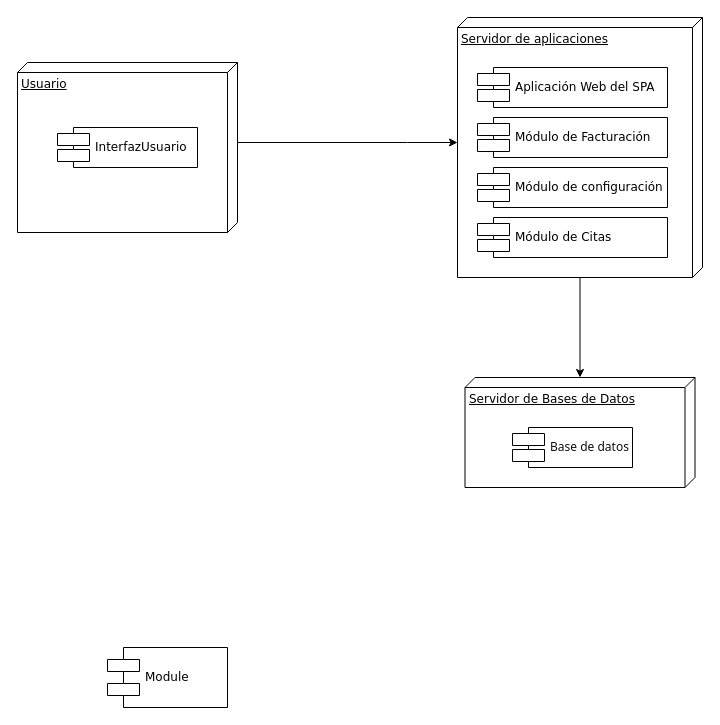
Earlier version of the draw.io diagram Untitled Diagram.drawio (Jeisyp1/Ingenieria-de-software). Source tidied: cells renumbered, new cells numbered last; positions are measured from the earlier drawing's top-left corner, leaving out a move shared by most shapes. Both pictures are drawn from the tidied source at 100%, with x=0, y=0 at pixel (17, 17).
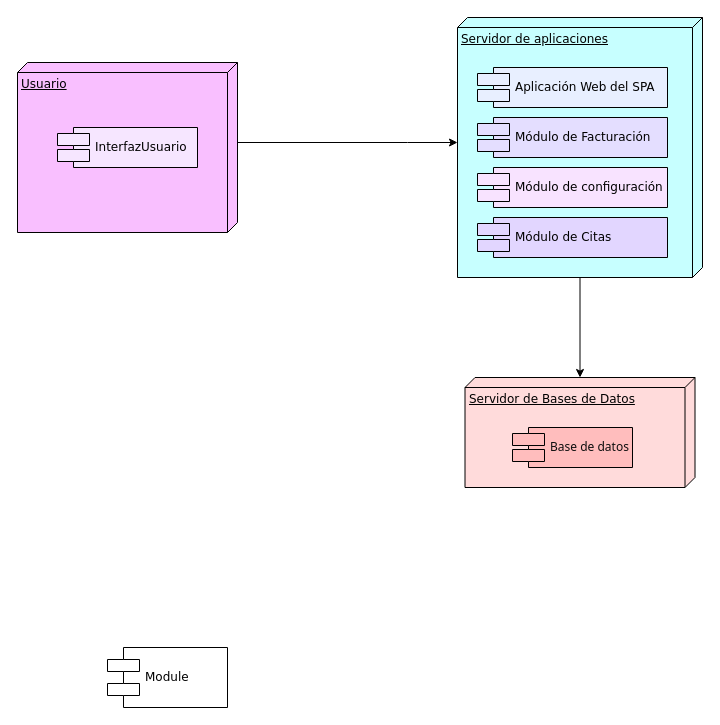
Above is the later version.

Diff of the diagram source:
```diff
@@
 <mxGraphModel>
   <root>
     <mxCell id="0" />
     <mxCell id="1" parent="0" />
-    <mxCell id="2" value="Usuario" style="verticalAlign=top;align=left;spacingTop=8;spacingLeft=2;spacingRight=12;shape=cube;size=10;direction=south;fontStyle=4;html=1;rounded=0;shadow=0;comic=0;labelBackgroundColor=none;strokeWidth=1;fontFamily=Verdana;fontSize=12;" parent="1" vertex="1">
+    <mxCell id="2" value="Usuario" style="verticalAlign=top;align=left;spacingTop=8;spacingLeft=2;spacingRight=12;shape=cube;size=10;direction=south;fontStyle=4;html=1;rounded=0;shadow=0;comic=0;labelBackgroundColor=none;strokeWidth=1;fontFamily=Verdana;fontSize=12;fillColor=#F9BFFF;" parent="1" vertex="1">
       <mxGeometry y="45" width="220" height="170" as="geometry" />
     </mxCell>
     <mxCell id="3" style="edgeStyle=orthogonalEdgeStyle;rounded=0;jettySize=auto;html=1;" parent="1" edge="1" source="4" target="5">
       <mxGeometry relative="1" as="geometry" />
     </mxCell>
-    <mxCell id="4" value="Servidor de aplicaciones" style="verticalAlign=top;align=left;spacingTop=8;spacingLeft=2;spacingRight=12;shape=cube;size=10;direction=south;fontStyle=4;html=1;rounded=0;shadow=0;comic=0;labelBackgroundColor=none;strokeWidth=1;fontFamily=Verdana;fontSize=12;" parent="1" vertex="1">
+    <mxCell id="4" value="Servidor de aplicaciones" style="verticalAlign=top;align=left;spacingTop=8;spacingLeft=2;spacingRight=12;shape=cube;size=10;direction=south;fontStyle=4;html=1;rounded=0;shadow=0;comic=0;labelBackgroundColor=none;strokeWidth=1;fontFamily=Verdana;fontSize=12;fillColor=#C7FFFF;" parent="1" vertex="1">
       <mxGeometry x="440" width="245" height="260" as="geometry" />
     </mxCell>
-    <mxCell id="5" value="Servidor de Bases de Datos" style="verticalAlign=top;align=left;spacingTop=8;spacingLeft=2;spacingRight=12;shape=cube;size=10;direction=south;fontStyle=4;html=1;rounded=0;shadow=0;comic=0;labelBackgroundColor=none;strokeWidth=1;fontFamily=Verdana;fontSize=12;" parent="1" vertex="1">
+    <mxCell id="5" value="Servidor de Bases de Datos" style="verticalAlign=top;align=left;spacingTop=8;spacingLeft=2;spacingRight=12;shape=cube;size=10;direction=south;fontStyle=4;html=1;rounded=0;shadow=0;comic=0;labelBackgroundColor=none;strokeWidth=1;fontFamily=Verdana;fontSize=12;fillColor=#FFDBDB;" parent="1" vertex="1">
       <mxGeometry x="447.5" y="360" width="230" height="110" as="geometry" />
     </mxCell>
-    <mxCell id="6" value="InterfazUsuario" style="shape=component;align=left;spacingLeft=36;rounded=0;shadow=0;comic=0;labelBackgroundColor=none;strokeWidth=1;fontFamily=Verdana;fontSize=12;html=1;" parent="1" vertex="1">
+    <mxCell id="6" value="InterfazUsuario" style="shape=component;align=left;spacingLeft=36;rounded=0;shadow=0;comic=0;labelBackgroundColor=none;strokeWidth=1;fontFamily=Verdana;fontSize=12;html=1;fillColor=#F6E6FF;" parent="1" vertex="1">
       <mxGeometry x="40" y="110" width="140" height="40" as="geometry" />
     </mxCell>
     <mxCell id="7" value="Module" style="shape=component;align=left;spacingLeft=36;rounded=0;shadow=0;comic=0;labelBackgroundColor=none;strokeWidth=1;fontFamily=Verdana;fontSize=12;html=1;" parent="1" vertex="1">
       <mxGeometry x="90" y="630" width="120" height="60" as="geometry" />
     </mxCell>
-    <mxCell id="8" value="Módulo de Citas&amp;nbsp;" style="shape=component;align=left;spacingLeft=36;rounded=0;shadow=0;comic=0;labelBackgroundColor=none;strokeWidth=1;fontFamily=Verdana;fontSize=12;html=1;" parent="1" vertex="1">
+    <mxCell id="8" value="Módulo de Citas&amp;nbsp;" style="shape=component;align=left;spacingLeft=36;rounded=0;shadow=0;comic=0;labelBackgroundColor=none;strokeWidth=1;fontFamily=Verdana;fontSize=12;html=1;fillColor=#E2D6FF;" parent="1" vertex="1">
       <mxGeometry x="460" y="200" width="190" height="40" as="geometry" />
     </mxCell>
     <mxCell id="9" style="edgeStyle=orthogonalEdgeStyle;rounded=0;jettySize=auto;html=1;exitX=0;exitY=0;exitDx=80;exitDy=0;exitPerimeter=0;" parent="1" edge="1" source="2" target="4">
       <mxGeometry relative="1" as="geometry">
         <Array as="points">
           <mxPoint x="390" y="125" />
           <mxPoint x="390" y="125" />
         </Array>
       </mxGeometry>
     </mxCell>
-    <mxCell id="10" value="Aplicación Web del SPA" style="shape=component;align=left;spacingLeft=36;rounded=0;shadow=0;comic=0;labelBackgroundColor=none;strokeWidth=1;fontFamily=Verdana;fontSize=12;html=1;" parent="1" vertex="1">
+    <mxCell id="10" value="Aplicación Web del SPA" style="shape=component;align=left;spacingLeft=36;rounded=0;shadow=0;comic=0;labelBackgroundColor=none;strokeWidth=1;fontFamily=Verdana;fontSize=12;html=1;fillColor=#E8EFFF;" parent="1" vertex="1">
       <mxGeometry x="460" y="50" width="190" height="40" as="geometry" />
     </mxCell>
-    <mxCell id="11" value="&lt;p style=&quot;border: 0px solid rgb(217, 217, 227); box-sizing: border-box; --tw-border-spacing-x: 0; --tw-border-spacing-y: 0; --tw-translate-x: 0; --tw-translate-y: 0; --tw-rotate: 0; --tw-skew-x: 0; --tw-skew-y: 0; --tw-scale-x: 1; --tw-scale-y: 1; --tw-pan-x: ; --tw-pan-y: ; --tw-pinch-zoom: ; --tw-scroll-snap-strictness: proximity; --tw-gradient-from-position: ; --tw-gradient-via-position: ; --tw-gradient-to-position: ; --tw-ordinal: ; --tw-slashed-zero: ; --tw-numeric-figure: ; --tw-numeric-spacing: ; --tw-numeric-fraction: ; --tw-ring-inset: ; --tw-ring-offset-width: 0px; --tw-ring-offset-color: #fff; --tw-ring-color: rgba(69,89,164,.5); --tw-ring-offset-shadow: 0 0 transparent; --tw-ring-shadow: 0 0 transparent; --tw-shadow: 0 0 transparent; --tw-shadow-colored: 0 0 transparent; --tw-blur: ; --tw-brightness: ; --tw-contrast: ; --tw-grayscale: ; --tw-hue-rotate: ; --tw-invert: ; --tw-saturate: ; --tw-sepia: ; --tw-drop-shadow: ; --tw-backdrop-blur: ; --tw-backdrop-brightness: ; --tw-backdrop-contrast: ; --tw-backdrop-grayscale: ; --tw-backdrop-hue-rotate: ; --tw-backdrop-invert: ; --tw-backdrop-opacity: ; --tw-backdrop-saturate: ; --tw-backdrop-sepia: ; margin: 0px; color: rgb(15, 15, 15); font-family: Söhne, ui-sans-serif, system-ui, -apple-system, &amp;quot;Segoe UI&amp;quot;, Roboto, Ubuntu, Cantarell, &amp;quot;Noto Sans&amp;quot;, sans-serif, &amp;quot;Helvetica Neue&amp;quot;, Arial, &amp;quot;Apple Color Emoji&amp;quot;, &amp;quot;Segoe UI Emoji&amp;quot;, &amp;quot;Segoe UI Symbol&amp;quot;, &amp;quot;Noto Color Emoji&amp;quot;;&quot;&gt;&lt;font style=&quot;vertical-align: inherit; font-size: 12px;&quot;&gt;Base de datos&lt;/font&gt;&lt;/p&gt;&lt;ul style=&quot;border: 0px solid rgb(217, 217, 227); box-sizing: border-box; --tw-border-spacing-x: 0; --tw-border-spacing-y: 0; --tw-translate-x: 0; --tw-translate-y: 0; --tw-rotate: 0; --tw-skew-x: 0; --tw-skew-y: 0; --tw-scale-x: 1; --tw-scale-y: 1; --tw-pan-x: ; --tw-pan-y: ; --tw-pinch-zoom: ; --tw-scroll-snap-strictness: proximity; --tw-gradient-from-position: ; --tw-gradient-via-position: ; --tw-gradient-to-position: ; --tw-ordinal: ; --tw-slashed-zero: ; --tw-numeric-figure: ; --tw-numeric-spacing: ; --tw-numeric-fraction: ; --tw-ring-inset: ; --tw-ring-offset-width: 0px; --tw-ring-offset-color: #fff; --tw-ring-color: rgba(69,89,164,.5); --tw-ring-offset-shadow: 0 0 transparent; --tw-ring-shadow: 0 0 transparent; --tw-shadow: 0 0 transparent; --tw-shadow-colored: 0 0 transparent; --tw-blur: ; --tw-brightness: ; --tw-contrast: ; --tw-grayscale: ; --tw-hue-rotate: ; --tw-invert: ; --tw-saturate: ; --tw-sepia: ; --tw-drop-shadow: ; --tw-backdrop-blur: ; --tw-backdrop-brightness: ; --tw-backdrop-contrast: ; --tw-backdrop-grayscale: ; --tw-backdrop-hue-rotate: ; --tw-backdrop-invert: ; --tw-backdrop-opacity: ; --tw-backdrop-saturate: ; --tw-backdrop-sepia: ; list-style-position: initial; list-style-image: initial; margin: 0px 0px 0px 1rem; padding: 0px; display: flex; flex-direction: column; color: rgb(15, 15, 15); font-family: Söhne, ui-sans-serif, system-ui, -apple-system, &amp;quot;Segoe UI&amp;quot;, Roboto, Ubuntu, Cantarell, &amp;quot;Noto Sans&amp;quot;, sans-serif, &amp;quot;Helvetica Neue&amp;quot;, Arial, &amp;quot;Apple Color Emoji&amp;quot;, &amp;quot;Segoe UI Emoji&amp;quot;, &amp;quot;Segoe UI Symbol&amp;quot;, &amp;quot;Noto Color Emoji&amp;quot;; font-size: 16px;&quot;&gt;&lt;/ul&gt;" style="shape=component;align=left;spacingLeft=36;rounded=0;shadow=0;comic=0;labelBackgroundColor=none;strokeWidth=1;fontFamily=Verdana;fontSize=12;html=1;" parent="1" vertex="1">
+    <mxCell id="11" value="&lt;p style=&quot;border: 0px solid rgb(217, 217, 227); box-sizing: border-box; --tw-border-spacing-x: 0; --tw-border-spacing-y: 0; --tw-translate-x: 0; --tw-translate-y: 0; --tw-rotate: 0; --tw-skew-x: 0; --tw-skew-y: 0; --tw-scale-x: 1; --tw-scale-y: 1; --tw-pan-x: ; --tw-pan-y: ; --tw-pinch-zoom: ; --tw-scroll-snap-strictness: proximity; --tw-gradient-from-position: ; --tw-gradient-via-position: ; --tw-gradient-to-position: ; --tw-ordinal: ; --tw-slashed-zero: ; --tw-numeric-figure: ; --tw-numeric-spacing: ; --tw-numeric-fraction: ; --tw-ring-inset: ; --tw-ring-offset-width: 0px; --tw-ring-offset-color: #fff; --tw-ring-color: rgba(69,89,164,.5); --tw-ring-offset-shadow: 0 0 transparent; --tw-ring-shadow: 0 0 transparent; --tw-shadow: 0 0 transparent; --tw-shadow-colored: 0 0 transparent; --tw-blur: ; --tw-brightness: ; --tw-contrast: ; --tw-grayscale: ; --tw-hue-rotate: ; --tw-invert: ; --tw-saturate: ; --tw-sepia: ; --tw-drop-shadow: ; --tw-backdrop-blur: ; --tw-backdrop-brightness: ; --tw-backdrop-contrast: ; --tw-backdrop-grayscale: ; --tw-backdrop-hue-rotate: ; --tw-backdrop-invert: ; --tw-backdrop-opacity: ; --tw-backdrop-saturate: ; --tw-backdrop-sepia: ; margin: 0px; color: rgb(15, 15, 15); font-family: Söhne, ui-sans-serif, system-ui, -apple-system, &amp;quot;Segoe UI&amp;quot;, Roboto, Ubuntu, Cantarell, &amp;quot;Noto Sans&amp;quot;, sans-serif, &amp;quot;Helvetica Neue&amp;quot;, Arial, &amp;quot;Apple Color Emoji&amp;quot;, &amp;quot;Segoe UI Emoji&amp;quot;, &amp;quot;Segoe UI Symbol&amp;quot;, &amp;quot;Noto Color Emoji&amp;quot;;&quot;&gt;&lt;font style=&quot;vertical-align: inherit; font-size: 12px;&quot;&gt;Base de datos&lt;/font&gt;&lt;/p&gt;&lt;ul style=&quot;border: 0px solid rgb(217, 217, 227); box-sizing: border-box; --tw-border-spacing-x: 0; --tw-border-spacing-y: 0; --tw-translate-x: 0; --tw-translate-y: 0; --tw-rotate: 0; --tw-skew-x: 0; --tw-skew-y: 0; --tw-scale-x: 1; --tw-scale-y: 1; --tw-pan-x: ; --tw-pan-y: ; --tw-pinch-zoom: ; --tw-scroll-snap-strictness: proximity; --tw-gradient-from-position: ; --tw-gradient-via-position: ; --tw-gradient-to-position: ; --tw-ordinal: ; --tw-slashed-zero: ; --tw-numeric-figure: ; --tw-numeric-spacing: ; --tw-numeric-fraction: ; --tw-ring-inset: ; --tw-ring-offset-width: 0px; --tw-ring-offset-color: #fff; --tw-ring-color: rgba(69,89,164,.5); --tw-ring-offset-shadow: 0 0 transparent; --tw-ring-shadow: 0 0 transparent; --tw-shadow: 0 0 transparent; --tw-shadow-colored: 0 0 transparent; --tw-blur: ; --tw-brightness: ; --tw-contrast: ; --tw-grayscale: ; --tw-hue-rotate: ; --tw-invert: ; --tw-saturate: ; --tw-sepia: ; --tw-drop-shadow: ; --tw-backdrop-blur: ; --tw-backdrop-brightness: ; --tw-backdrop-contrast: ; --tw-backdrop-grayscale: ; --tw-backdrop-hue-rotate: ; --tw-backdrop-invert: ; --tw-backdrop-opacity: ; --tw-backdrop-saturate: ; --tw-backdrop-sepia: ; list-style-position: initial; list-style-image: initial; margin: 0px 0px 0px 1rem; padding: 0px; display: flex; flex-direction: column; color: rgb(15, 15, 15); font-family: Söhne, ui-sans-serif, system-ui, -apple-system, &amp;quot;Segoe UI&amp;quot;, Roboto, Ubuntu, Cantarell, &amp;quot;Noto Sans&amp;quot;, sans-serif, &amp;quot;Helvetica Neue&amp;quot;, Arial, &amp;quot;Apple Color Emoji&amp;quot;, &amp;quot;Segoe UI Emoji&amp;quot;, &amp;quot;Segoe UI Symbol&amp;quot;, &amp;quot;Noto Color Emoji&amp;quot;; font-size: 16px;&quot;&gt;&lt;/ul&gt;" style="shape=component;align=left;spacingLeft=36;rounded=0;shadow=0;comic=0;labelBackgroundColor=none;strokeWidth=1;fontFamily=Verdana;fontSize=12;html=1;fillColor=#FFBDBD;" parent="1" vertex="1">
       <mxGeometry x="495" y="410" width="120" height="40" as="geometry" />
     </mxCell>
-    <mxCell id="12" value="Módulo de Facturación" style="shape=component;align=left;spacingLeft=36;rounded=0;shadow=0;comic=0;labelBackgroundColor=none;strokeWidth=1;fontFamily=Verdana;fontSize=12;html=1;" parent="1" vertex="1">
+    <mxCell id="12" value="Módulo de Facturación" style="shape=component;align=left;spacingLeft=36;rounded=0;shadow=0;comic=0;labelBackgroundColor=none;strokeWidth=1;fontFamily=Verdana;fontSize=12;html=1;fillColor=#E4DEFF;" parent="1" vertex="1">
       <mxGeometry x="460" y="100" width="190" height="40" as="geometry" />
     </mxCell>
-    <mxCell id="13" value="Módulo de configuración" style="shape=component;align=left;spacingLeft=36;rounded=0;shadow=0;comic=0;labelBackgroundColor=none;strokeWidth=1;fontFamily=Verdana;fontSize=12;html=1;" parent="1" vertex="1">
+    <mxCell id="13" value="Módulo de configuración" style="shape=component;align=left;spacingLeft=36;rounded=0;shadow=0;comic=0;labelBackgroundColor=none;strokeWidth=1;fontFamily=Verdana;fontSize=12;html=1;fillColor=#F8E3FF;" parent="1" vertex="1">
       <mxGeometry x="460" y="150" width="190" height="40" as="geometry" />
     </mxCell>
   </root>
 </mxGraphModel>
```
